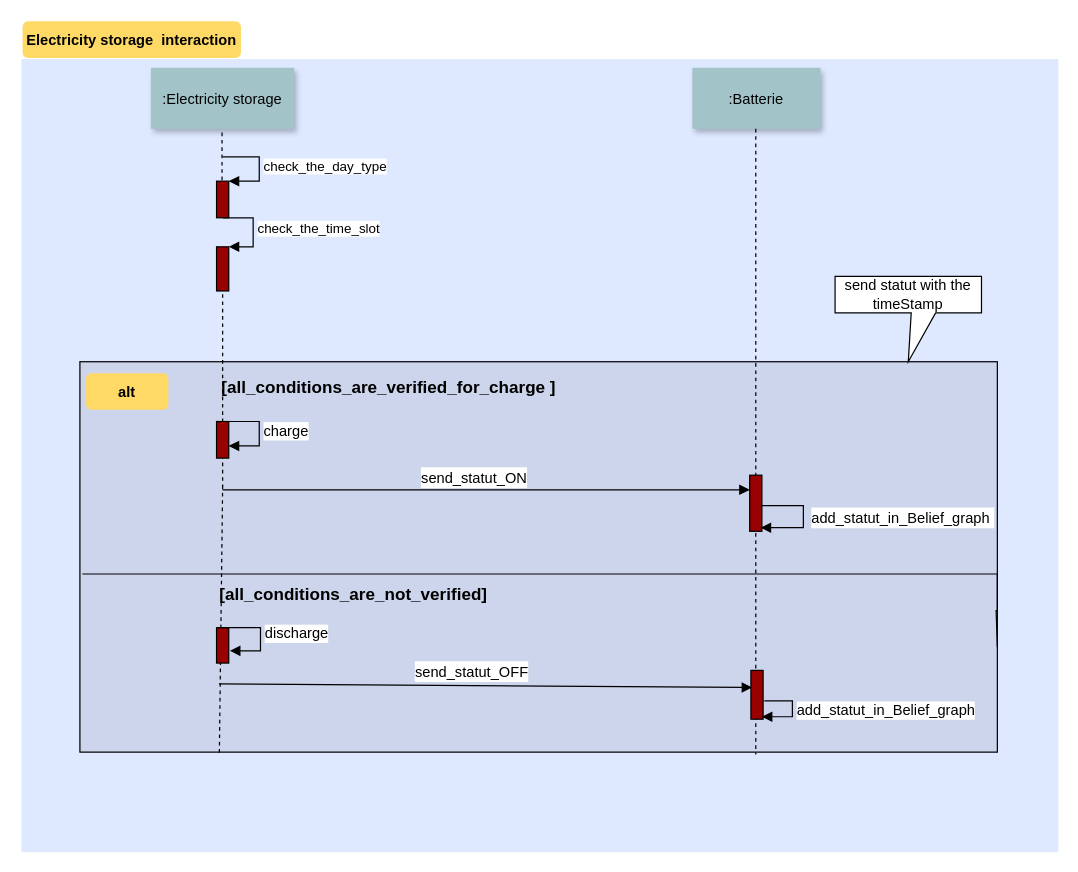
Before: page "Page-3" (3 of 4) of Untitled Diagram.drawio in MiriamZawadi/-checs, a draw.io diagram. Source tidied: cells renumbered, new cells numbered last; positions are measured from the earlier drawing's top-left corner, leaving out a move shared by most shapes. Both pictures are drawn from the tidied source at 122%, with x=0, y=0 at pixel (21, 21).
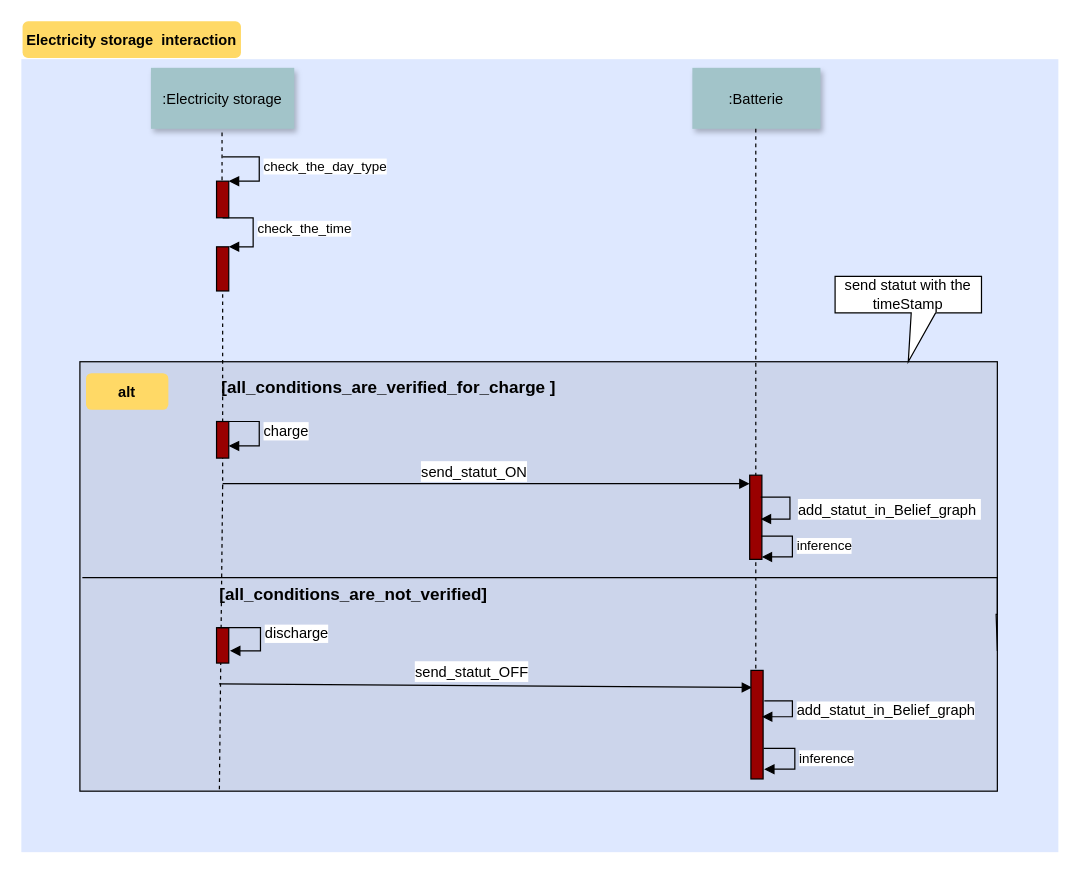
After the change.

The change refers to these unchanged cells:
```xml
<mxCell id="9" style="html=1;points=[];perimeter=orthogonalPerimeter;strokeColor=#000000;fillColor=#990000;" parent="1" vertex="1">
  <mxGeometry x="160" y="184.8" width="10" height="36.2" as="geometry" />
</mxCell>
```

Change to the diagram source:
```diff
@@
     <mxCell id="3" style="fillColor=#CCD5EB;" parent="1" vertex="1">
-      <mxGeometry x="48" y="279" width="752" height="320" as="geometry" />
+      <mxGeometry x="48" y="279" width="752" height="352" as="geometry" />
     </mxCell>
@@
-    <mxCell id="10" value="check_the_time_slot" style="edgeStyle=orthogonalEdgeStyle;html=1;align=left;spacingLeft=2;endArrow=block;rounded=0;entryX=1;entryY=0;fillColor=#990000;" parent="1" edge="1" target="9">
+    <mxCell id="10" value="check_the_time" style="edgeStyle=orthogonalEdgeStyle;html=1;align=left;spacingLeft=2;endArrow=block;rounded=0;entryX=1;entryY=0;fillColor=#990000;" parent="1" edge="1" target="9">
       <mxGeometry relative="1" as="geometry">
         <mxPoint x="165" y="161" as="sourcePoint" />
         <Array as="points">
           <mxPoint x="190" y="161" />
           <mxPoint x="190" y="185" />
         </Array>
       </mxGeometry>
     </mxCell>
@@
     <mxCell id="16" style="html=1;verticalAlign=bottom;endArrow=block;rounded=0;fontSize=14;fillColor=#990000;" parent="1" edge="1">
       <mxGeometry relative="1" as="geometry">
-        <mxPoint x="165" y="384" as="sourcePoint" />
-        <mxPoint x="597" y="384" as="targetPoint" />
+        <mxPoint x="165" y="379" as="sourcePoint" />
+        <mxPoint x="597" y="379" as="targetPoint" />
       </mxGeometry>
     </mxCell>
@@
     <mxCell id="20" style="endArrow=none;html=1;edgeStyle=orthogonalEdgeStyle;rounded=0;fontSize=12;fillColor=#990000;" parent="1" edge="1">
       <mxGeometry relative="1" as="geometry">
-        <mxPoint x="50" y="453" as="sourcePoint" />
-        <mxPoint x="800" y="513" as="targetPoint" />
+        <mxPoint x="50" y="456" as="sourcePoint" />
+        <mxPoint x="800" y="516" as="targetPoint" />
         <Array as="points">
-          <mxPoint x="800" y="453" />
-          <mxPoint x="800" y="483" />
-          <mxPoint x="799" y="483" />
+          <mxPoint x="800" y="456" />
+          <mxPoint x="800" y="486" />
+          <mxPoint x="799" y="486" />
         </Array>
       </mxGeometry>
     </mxCell>
@@
     <mxCell id="24" style="html=1;perimeter=orthogonalPerimeter;fontSize=14;strokeColor=#000000;fillColor=#990000;" parent="1" vertex="1">
-      <mxGeometry x="597" y="372" width="10" height="46" as="geometry" />
+      <mxGeometry x="597" y="372" width="10" height="69" as="geometry" />
     </mxCell>
     <mxCell id="25" value="&lt;font style=&quot;font-size: 12px;&quot;&gt;add_statut_in_Belief_graph&lt;/font&gt;&amp;nbsp;" style="edgeStyle=orthogonalEdgeStyle;html=1;align=left;spacingLeft=2;endArrow=block;rounded=0;entryX=1;entryY=0;fontSize=14;fillColor=#990000;" parent="1" edge="1">
       <mxGeometry x="0.02" y="3" relative="1" as="geometry">
-        <mxPoint x="606" y="397" as="sourcePoint" />
-        <mxPoint x="606" y="415" as="targetPoint" />
+        <mxPoint x="606" y="390" as="sourcePoint" />
+        <mxPoint x="606" y="408" as="targetPoint" />
         <Array as="points">
-          <mxPoint x="641" y="397" />
-          <mxPoint x="641" y="415" />
+          <mxPoint x="630" y="390" />
+          <mxPoint x="630" y="408" />
         </Array>
       </mxGeometry>
     </mxCell>
     <mxCell id="26" style="html=1;perimeter=orthogonalPerimeter;fontSize=12;strokeColor=#000000;fillColor=#990000;" parent="1" vertex="1">
-      <mxGeometry x="598" y="532" width="10" height="40" as="geometry" />
+      <mxGeometry x="598" y="532" width="10" height="89" as="geometry" />
     </mxCell>
@@
+    <mxCell id="33" value="inference" style="edgeStyle=orthogonalEdgeStyle;html=1;align=left;spacingLeft=2;endArrow=block;rounded=0;fillColor=#990000;" parent="1" edge="1">
+      <mxGeometry relative="1" as="geometry">
+        <mxPoint x="606.4" y="422" as="sourcePoint" />
+        <mxPoint x="606.8" y="439" as="targetPoint" />
+        <Array as="points">
+          <mxPoint x="632" y="422" />
+          <mxPoint x="632" y="439" />
+        </Array>
+      </mxGeometry>
+    </mxCell>
+    <mxCell id="34" value="inference" style="edgeStyle=orthogonalEdgeStyle;html=1;align=left;spacingLeft=2;endArrow=block;rounded=0;fillColor=#990000;" parent="1" edge="1">
+      <mxGeometry relative="1" as="geometry">
+        <mxPoint x="608.4" y="596" as="sourcePoint" />
+        <mxPoint x="608.8" y="613" as="targetPoint" />
+        <Array as="points">
+          <mxPoint x="634" y="596" />
+          <mxPoint x="634" y="613" />
+        </Array>
+      </mxGeometry>
+    </mxCell>
```
